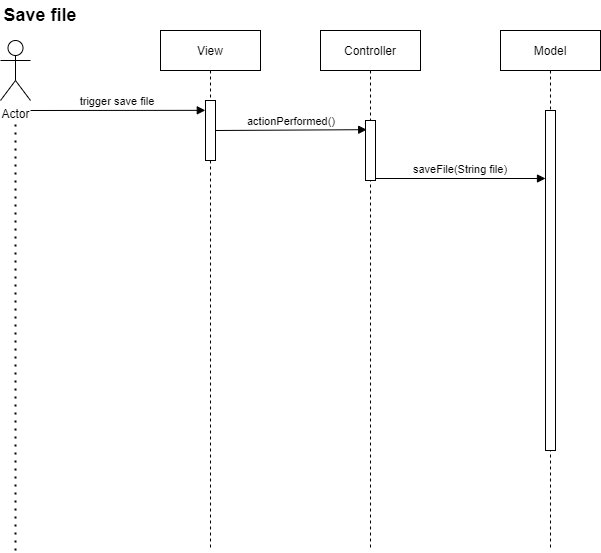
The draw.io diagram Laboration1/UML/saveFile(originalalt).drawio.png in Johanced/2021-isgc08-Cederhag, before a commit. Source tidied: cells renumbered, new cells last; positions are measured from the earlier drawing's top-left corner, leaving out a move shared by most shapes. The source it was exported from:
```xml
<mxGraphModel>
  <root>
    <mxCell id="0" />
    <mxCell id="1" parent="0" />
    <mxCell id="2" value="Controller" style="shape=umlLifeline;perimeter=lifelinePerimeter;rounded=0;shadow=0;strokeWidth=1;" parent="1" vertex="1">
      <mxGeometry x="320" y="30" width="100" height="520" as="geometry" />
    </mxCell>
    <mxCell id="3" style="points=[];perimeter=orthogonalPerimeter;rounded=0;shadow=0;strokeWidth=1;" parent="2" vertex="1">
      <mxGeometry x="45" y="90" width="10" height="60" as="geometry" />
    </mxCell>
    <mxCell id="4" value="actionPerformed()" style="verticalAlign=bottom;endArrow=block;shadow=0;strokeWidth=1;entryX=0.121;entryY=0.153;entryDx=0;entryDy=0;entryPerimeter=0;" parent="2" edge="1" target="3">
      <mxGeometry relative="1" as="geometry">
        <mxPoint x="-105" y="100" as="sourcePoint" />
      </mxGeometry>
    </mxCell>
    <mxCell id="5" value="Model" style="shape=umlLifeline;perimeter=lifelinePerimeter;rounded=0;shadow=0;strokeWidth=1;" parent="1" vertex="1">
      <mxGeometry x="500" y="30" width="100" height="520" as="geometry" />
    </mxCell>
    <mxCell id="6" style="points=[];perimeter=orthogonalPerimeter;rounded=0;shadow=0;strokeWidth=1;" parent="5" vertex="1">
      <mxGeometry x="45" y="80" width="10" height="340" as="geometry" />
    </mxCell>
    <mxCell id="7" value="saveFile(String file)" style="verticalAlign=bottom;endArrow=block;entryX=0;entryY=0.2;shadow=0;strokeWidth=1;entryDx=0;entryDy=0;entryPerimeter=0;" parent="1" edge="1" source="3" target="6">
      <mxGeometry relative="1" as="geometry" />
    </mxCell>
    <mxCell id="8" value="Actor" style="shape=umlActor;verticalLabelPosition=bottom;verticalAlign=top;html=1;" parent="1" vertex="1">
      <mxGeometry y="40" width="30" height="60" as="geometry" />
    </mxCell>
    <mxCell id="9" value="trigger save file" style="verticalAlign=bottom;endArrow=block;shadow=0;strokeWidth=1;entryX=-0.019;entryY=0.164;entryDx=0;entryDy=0;entryPerimeter=0;" parent="1" edge="1" target="11">
      <mxGeometry relative="1" as="geometry">
        <mxPoint x="30" y="110" as="sourcePoint" />
      </mxGeometry>
    </mxCell>
    <mxCell id="10" value="View" style="shape=umlLifeline;perimeter=lifelinePerimeter;rounded=0;shadow=0;strokeWidth=1;" parent="1" vertex="1">
      <mxGeometry x="160" y="30" width="100" height="520" as="geometry" />
    </mxCell>
    <mxCell id="11" style="points=[];perimeter=orthogonalPerimeter;rounded=0;shadow=0;strokeWidth=1;" parent="10" vertex="1">
      <mxGeometry x="45" y="70" width="10" height="60" as="geometry" />
    </mxCell>
    <mxCell id="12" style="endArrow=none;dashed=1;html=1;dashPattern=1 3;strokeWidth=2;rounded=0;" parent="1" edge="1">
      <mxGeometry relative="1" as="geometry">
        <mxPoint x="15" y="550" as="sourcePoint" />
        <mxPoint x="15" y="120" as="targetPoint" />
      </mxGeometry>
    </mxCell>
    <mxCell id="13" value="&lt;b&gt;Save file&lt;/b&gt;" style="text;html=1;strokeColor=none;fillColor=none;align=center;verticalAlign=middle;whiteSpace=wrap;rounded=0;fontSize=18;" parent="1" vertex="1">
      <mxGeometry width="80" height="30" as="geometry" />
    </mxCell>
  </root>
</mxGraphModel>
```
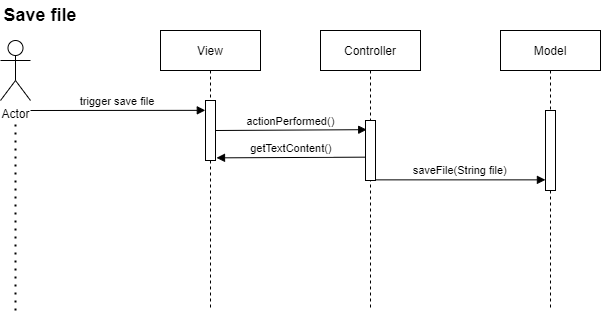
After the commit.

Diff of the diagram source:
```diff
@@ -3,7 +3,7 @@
     <mxCell id="0" />
     <mxCell id="1" parent="0" />
     <mxCell id="2" value="Controller" style="shape=umlLifeline;perimeter=lifelinePerimeter;rounded=0;shadow=0;strokeWidth=1;" parent="1" vertex="1">
-      <mxGeometry x="320" y="30" width="100" height="520" as="geometry" />
+      <mxGeometry x="320" y="30" width="100" height="280" as="geometry" />
     </mxCell>
     <mxCell id="3" style="points=[];perimeter=orthogonalPerimeter;rounded=0;shadow=0;strokeWidth=1;" parent="2" vertex="1">
       <mxGeometry x="45" y="90" width="10" height="60" as="geometry" />
@@ -14,12 +14,12 @@
       </mxGeometry>
     </mxCell>
     <mxCell id="5" value="Model" style="shape=umlLifeline;perimeter=lifelinePerimeter;rounded=0;shadow=0;strokeWidth=1;" parent="1" vertex="1">
-      <mxGeometry x="500" y="30" width="100" height="520" as="geometry" />
+      <mxGeometry x="500" y="30" width="100" height="280" as="geometry" />
     </mxCell>
     <mxCell id="6" style="points=[];perimeter=orthogonalPerimeter;rounded=0;shadow=0;strokeWidth=1;" parent="5" vertex="1">
-      <mxGeometry x="45" y="80" width="10" height="340" as="geometry" />
+      <mxGeometry x="45" y="80" width="10" height="80" as="geometry" />
     </mxCell>
-    <mxCell id="7" value="saveFile(String file)" style="verticalAlign=bottom;endArrow=block;entryX=0;entryY=0.2;shadow=0;strokeWidth=1;entryDx=0;entryDy=0;entryPerimeter=0;" parent="1" edge="1" source="3" target="6">
+    <mxCell id="7" value="saveFile(String file)" style="verticalAlign=bottom;endArrow=block;shadow=0;strokeWidth=1;entryX=-0.007;entryY=0.867;entryDx=0;entryDy=0;entryPerimeter=0;" parent="1" edge="1" source="3" target="6">
       <mxGeometry relative="1" as="geometry" />
     </mxCell>
     <mxCell id="8" value="Actor" style="shape=umlActor;verticalLabelPosition=bottom;verticalAlign=top;html=1;" parent="1" vertex="1">
@@ -31,19 +31,22 @@
       </mxGeometry>
     </mxCell>
     <mxCell id="10" value="View" style="shape=umlLifeline;perimeter=lifelinePerimeter;rounded=0;shadow=0;strokeWidth=1;" parent="1" vertex="1">
-      <mxGeometry x="160" y="30" width="100" height="520" as="geometry" />
+      <mxGeometry x="160" y="30" width="100" height="280" as="geometry" />
     </mxCell>
     <mxCell id="11" style="points=[];perimeter=orthogonalPerimeter;rounded=0;shadow=0;strokeWidth=1;" parent="10" vertex="1">
       <mxGeometry x="45" y="70" width="10" height="60" as="geometry" />
     </mxCell>
     <mxCell id="12" style="endArrow=none;dashed=1;html=1;dashPattern=1 3;strokeWidth=2;rounded=0;" parent="1" edge="1">
       <mxGeometry relative="1" as="geometry">
-        <mxPoint x="15" y="550" as="sourcePoint" />
+        <mxPoint x="15" y="310" as="sourcePoint" />
         <mxPoint x="15" y="120" as="targetPoint" />
       </mxGeometry>
     </mxCell>
     <mxCell id="13" value="&lt;b&gt;Save file&lt;/b&gt;" style="text;html=1;strokeColor=none;fillColor=none;align=center;verticalAlign=middle;whiteSpace=wrap;rounded=0;fontSize=18;" parent="1" vertex="1">
       <mxGeometry width="80" height="30" as="geometry" />
     </mxCell>
+    <mxCell id="14" value="getTextContent()" style="verticalAlign=bottom;endArrow=block;shadow=0;strokeWidth=1;entryX=1.1;entryY=0.956;entryDx=0;entryDy=0;entryPerimeter=0;exitX=0;exitY=0.611;exitDx=0;exitDy=0;exitPerimeter=0;" parent="1" edge="1" source="3" target="11">
+      <mxGeometry relative="1" as="geometry" />
+    </mxCell>
   </root>
 </mxGraphModel>
```
